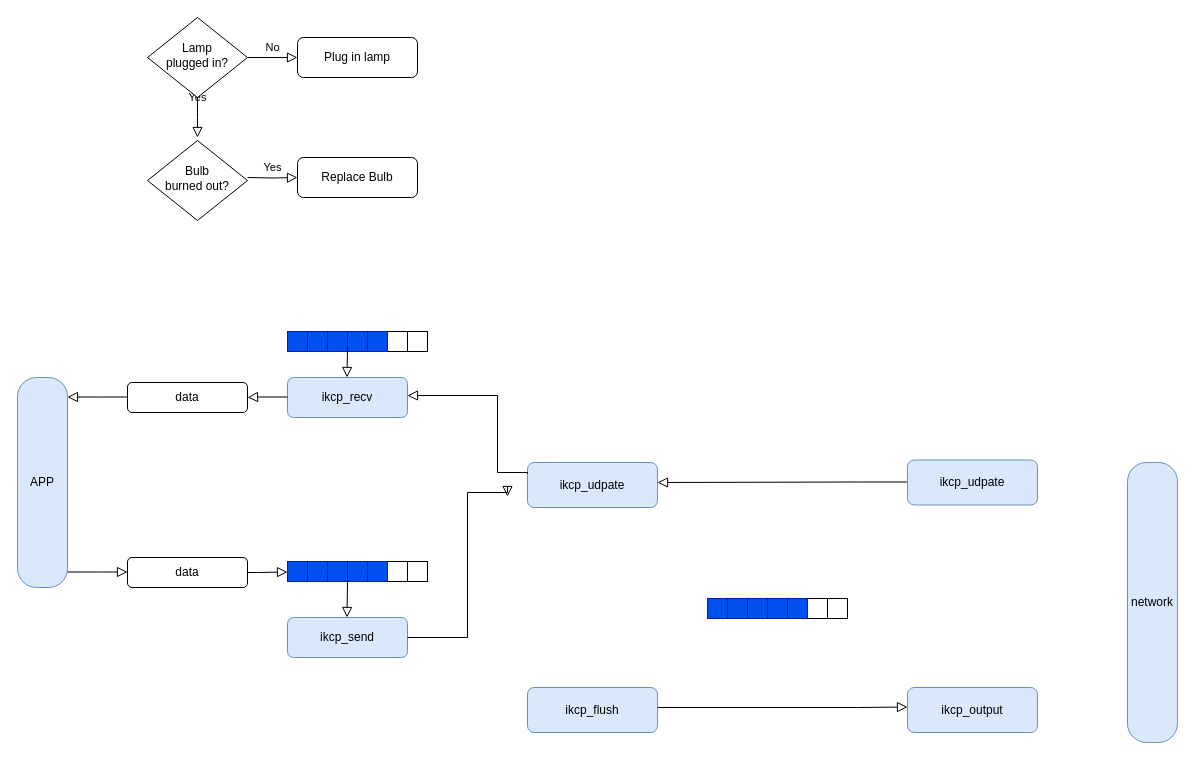
Earlier version of the draw.io diagram Untitled Diagram.drawio (homike/media). Source tidied: cells renumbered, new cells numbered last; positions are measured from the earlier drawing's top-left corner, leaving out a move shared by most shapes. Both pictures are drawn from the tidied source at 100%, with x=0, y=0 at pixel (17, 17).
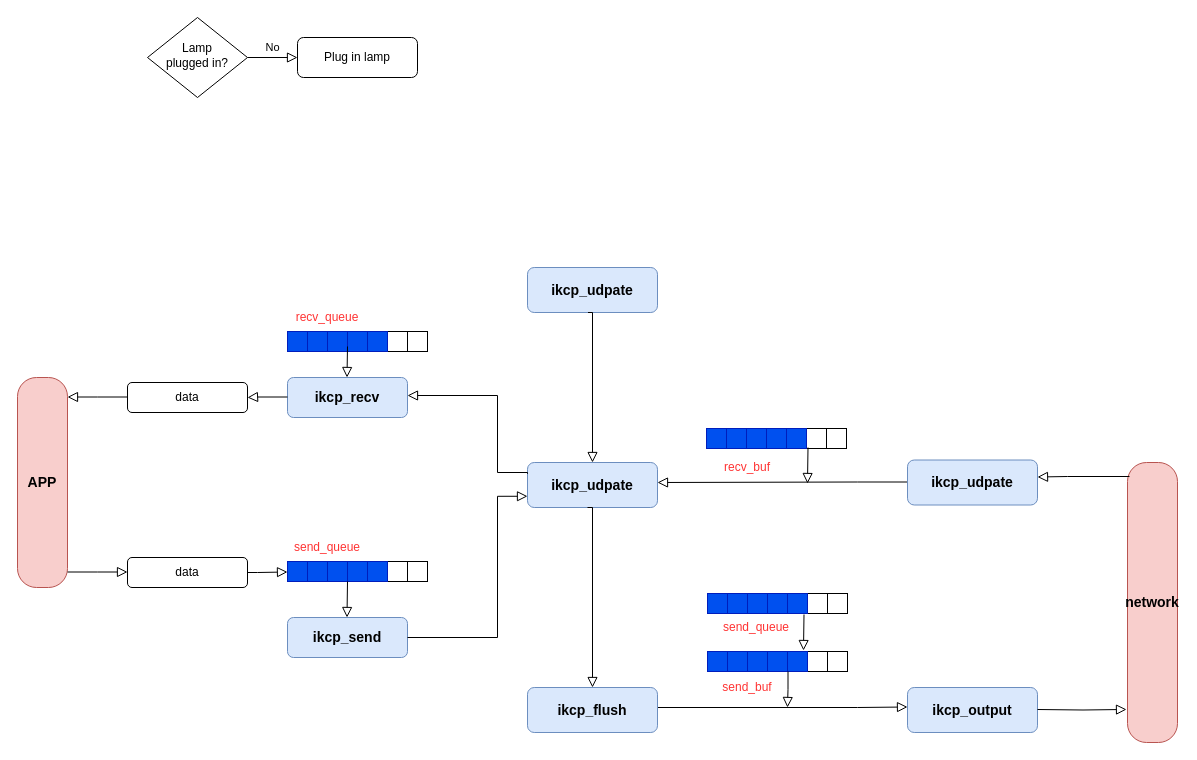
After the change.

Unchanged cells that the change refers to:
```xml
<mxCell id="5" value="Lamp&lt;br&gt;plugged in?" style="rhombus;whiteSpace=wrap;html=1;shadow=0;fontFamily=Helvetica;fontSize=12;align=center;strokeWidth=1;spacing=6;spacingTop=-4;" parent="1" vertex="1">
  <mxGeometry x="130" width="100" height="80" as="geometry" />
</mxCell>
```

Diff of the diagram source:
```diff
@@
-    <mxCell id="2" value="APP&lt;br&gt;" style="rounded=1;whiteSpace=wrap;html=1;fontSize=12;glass=0;strokeWidth=1;shadow=0;fillColor=#dae8fc;strokeColor=#6c8ebf;direction=south;arcSize=38;" parent="1" vertex="1">
+    <mxCell id="2" value="APP&lt;br style=&quot;font-size: 14px;&quot;&gt;" style="rounded=1;whiteSpace=wrap;html=1;fontSize=14;glass=0;strokeWidth=1;shadow=0;fillColor=#f8cecc;strokeColor=#b85450;direction=south;arcSize=38;fontStyle=1;" parent="1" vertex="1">
       <mxGeometry y="360" width="50" height="210" as="geometry" />
     </mxCell>
-    <mxCell id="3" value="Yes" style="rounded=0;html=1;jettySize=auto;fontSize=11;endArrow=block;endFill=0;endSize=8;strokeWidth=1;shadow=0;labelBackgroundColor=none;edgeStyle=orthogonalEdgeStyle;" parent="1" edge="1" source="5">
-      <mxGeometry y="20" relative="1" as="geometry">
-        <mxPoint x="180" y="120" as="targetPoint" />
-      </mxGeometry>
-    </mxCell>
@@
-    <mxCell id="7" value="Yes" style="edgeStyle=orthogonalEdgeStyle;rounded=0;html=1;jettySize=auto;fontSize=11;endArrow=block;endFill=0;endSize=8;strokeWidth=1;shadow=0;labelBackgroundColor=none;" parent="1" edge="1" target="9">
-      <mxGeometry y="10" relative="1" as="geometry">
-        <mxPoint x="230" y="160" as="sourcePoint" />
-      </mxGeometry>
-    </mxCell>
-    <mxCell id="8" value="Bulb&lt;br&gt;burned out?" style="rhombus;whiteSpace=wrap;html=1;shadow=0;fontFamily=Helvetica;fontSize=12;align=center;strokeWidth=1;spacing=6;spacingTop=-4;" parent="1" vertex="1">
-      <mxGeometry x="130" y="123" width="100" height="80" as="geometry" />
-    </mxCell>
-    <mxCell id="9" value="Replace Bulb" style="rounded=1;whiteSpace=wrap;html=1;fontSize=12;glass=0;strokeWidth=1;shadow=0;" parent="1" vertex="1">
-      <mxGeometry x="280" y="140" width="120" height="40" as="geometry" />
-    </mxCell>
@@
-    <mxCell id="14" value="ikcp_recv" style="rounded=1;whiteSpace=wrap;html=1;fontSize=12;glass=0;strokeWidth=1;shadow=0;fillColor=#dae8fc;strokeColor=#6c8ebf;" parent="1" vertex="1">
+    <mxCell id="14" value="ikcp_recv" style="rounded=1;whiteSpace=wrap;html=1;fontSize=14;glass=0;strokeWidth=1;shadow=0;fillColor=#dae8fc;strokeColor=#6c8ebf;fontStyle=1;" parent="1" vertex="1">
       <mxGeometry x="270" y="360" width="120" height="40" as="geometry" />
     </mxCell>
-    <mxCell id="15" value="&lt;span&gt;ikcp_send&lt;br&gt;&lt;/span&gt;" style="rounded=1;whiteSpace=wrap;html=1;fontSize=12;glass=0;strokeWidth=1;shadow=0;fillColor=#dae8fc;strokeColor=#6c8ebf;" parent="1" vertex="1">
+    <mxCell id="15" value="&lt;span style=&quot;font-size: 14px;&quot;&gt;ikcp_send&lt;br style=&quot;font-size: 14px;&quot;&gt;&lt;/span&gt;" style="rounded=1;whiteSpace=wrap;html=1;fontSize=14;glass=0;strokeWidth=1;shadow=0;fillColor=#dae8fc;strokeColor=#6c8ebf;fontStyle=1;" parent="1" vertex="1">
       <mxGeometry x="270" y="600" width="120" height="40" as="geometry" />
     </mxCell>
@@
-    <mxCell id="26" value="ikcp_udpate" style="rounded=1;whiteSpace=wrap;html=1;fontSize=12;glass=0;strokeWidth=1;shadow=0;fillColor=#dae8fc;strokeColor=#6c8ebf;" parent="1" vertex="1">
+    <mxCell id="26" value="ikcp_udpate" style="rounded=1;whiteSpace=wrap;html=1;fontSize=14;glass=0;strokeWidth=1;shadow=0;fillColor=#dae8fc;strokeColor=#6c8ebf;fontStyle=1;" parent="1" vertex="1">
       <mxGeometry x="510" y="445" width="130" height="45" as="geometry" />
     </mxCell>
@@
-    <mxCell id="35" style="rounded=0;html=1;jettySize=auto;fontSize=11;endArrow=block;endFill=0;endSize=8;strokeWidth=1;shadow=0;labelBackgroundColor=none;edgeStyle=orthogonalEdgeStyle;exitX=1;exitY=0.5;exitDx=0;exitDy=0;" parent="1" edge="1" source="15">
+    <mxCell id="35" style="rounded=0;html=1;jettySize=auto;fontSize=11;endArrow=block;endFill=0;endSize=8;strokeWidth=1;shadow=0;labelBackgroundColor=none;edgeStyle=orthogonalEdgeStyle;exitX=1;exitY=0.5;exitDx=0;exitDy=0;entryX=0;entryY=0.75;entryDx=0;entryDy=0;" parent="1" edge="1" source="15" target="26">
       <mxGeometry relative="1" as="geometry">
-        <mxPoint x="490" y="479" as="targetPoint" />
         <Array as="points">
-          <mxPoint x="450" y="620" />
-          <mxPoint x="450" y="475" />
-          <mxPoint x="490" y="475" />
-          <mxPoint x="490" y="479" />
+          <mxPoint x="480" y="620" />
+          <mxPoint x="480" y="479" />
         </Array>
       </mxGeometry>
     </mxCell>
@@
-    <mxCell id="37" value="network" style="rounded=1;whiteSpace=wrap;html=1;fontSize=12;glass=0;strokeWidth=1;shadow=0;fillColor=#dae8fc;strokeColor=#6c8ebf;direction=south;arcSize=38;" parent="1" vertex="1">
+    <mxCell id="37" value="network" style="rounded=1;whiteSpace=wrap;html=1;fontSize=14;glass=0;strokeWidth=1;shadow=0;fillColor=#f8cecc;strokeColor=#b85450;direction=south;arcSize=38;fontStyle=1;" parent="1" vertex="1">
       <mxGeometry x="1110" y="445" width="50" height="280" as="geometry" />
     </mxCell>
@@
-    <mxCell id="40" value="ikcp_flush" style="rounded=1;whiteSpace=wrap;html=1;fontSize=12;glass=0;strokeWidth=1;shadow=0;fillColor=#dae8fc;strokeColor=#6c8ebf;" parent="1" vertex="1">
+    <mxCell id="40" value="ikcp_flush" style="rounded=1;whiteSpace=wrap;html=1;fontSize=14;glass=0;strokeWidth=1;shadow=0;fillColor=#dae8fc;strokeColor=#6c8ebf;fontStyle=1;" parent="1" vertex="1">
       <mxGeometry x="510" y="670" width="130" height="45" as="geometry" />
     </mxCell>
-    <mxCell id="41" value="ikcp_output" style="rounded=1;whiteSpace=wrap;html=1;fontSize=12;glass=0;strokeWidth=1;shadow=0;fillColor=#dae8fc;strokeColor=#6c8ebf;" parent="1" vertex="1">
+    <mxCell id="41" value="ikcp_output" style="rounded=1;whiteSpace=wrap;html=1;fontSize=14;glass=0;strokeWidth=1;shadow=0;fillColor=#dae8fc;strokeColor=#6c8ebf;fontStyle=1;" parent="1" vertex="1">
       <mxGeometry x="890" y="670" width="130" height="45" as="geometry" />
     </mxCell>
-    <mxCell id="42" value="ikcp_udpate" style="rounded=1;whiteSpace=wrap;html=1;fontSize=12;glass=0;strokeWidth=1;shadow=0;fillColor=#dae8fc;strokeColor=#6c8ebf;" parent="1" vertex="1">
+    <mxCell id="42" value="ikcp_udpate" style="rounded=1;whiteSpace=wrap;html=1;fontSize=14;glass=0;strokeWidth=1;shadow=0;fillColor=#dae8fc;strokeColor=#6c8ebf;fontStyle=1;" parent="1" vertex="1">
       <mxGeometry x="890" y="442.5" width="130" height="45" as="geometry" />
     </mxCell>
     <mxCell id="43" style="rounded=0;whiteSpace=wrap;html=1;fillColor=#0050ef;strokeColor=#001DBC;fontColor=#ffffff;" parent="1" vertex="1">
-      <mxGeometry x="690" y="581" width="20" height="20" as="geometry" />
+      <mxGeometry x="690" y="576" width="20" height="20" as="geometry" />
     </mxCell>
     <mxCell id="44" style="rounded=0;whiteSpace=wrap;html=1;fillColor=#0050ef;strokeColor=#001DBC;fontColor=#ffffff;" parent="1" vertex="1">
-      <mxGeometry x="710" y="581" width="20" height="20" as="geometry" />
+      <mxGeometry x="710" y="576" width="20" height="20" as="geometry" />
     </mxCell>
     <mxCell id="45" style="rounded=0;whiteSpace=wrap;html=1;fillColor=#0050ef;strokeColor=#001DBC;fontColor=#ffffff;" parent="1" vertex="1">
-      <mxGeometry x="730" y="581" width="20" height="20" as="geometry" />
+      <mxGeometry x="730" y="576" width="20" height="20" as="geometry" />
     </mxCell>
     <mxCell id="46" style="rounded=0;whiteSpace=wrap;html=1;" parent="1" vertex="1">
-      <mxGeometry x="810" y="581" width="20" height="20" as="geometry" />
+      <mxGeometry x="810" y="576" width="20" height="20" as="geometry" />
     </mxCell>
     <mxCell id="47" style="rounded=0;whiteSpace=wrap;html=1;" parent="1" vertex="1">
-      <mxGeometry x="790" y="581" width="20" height="20" as="geometry" />
+      <mxGeometry x="790" y="576" width="20" height="20" as="geometry" />
     </mxCell>
     <mxCell id="48" style="rounded=0;whiteSpace=wrap;html=1;fillColor=#0050ef;strokeColor=#001DBC;fontColor=#ffffff;" parent="1" vertex="1">
-      <mxGeometry x="750" y="581" width="20" height="20" as="geometry" />
+      <mxGeometry x="750" y="576" width="20" height="20" as="geometry" />
     </mxCell>
     <mxCell id="49" style="rounded=0;whiteSpace=wrap;html=1;fillColor=#0050ef;strokeColor=#001DBC;fontColor=#ffffff;" parent="1" vertex="1">
-      <mxGeometry x="770" y="581" width="20" height="20" as="geometry" />
+      <mxGeometry x="770" y="576" width="20" height="20" as="geometry" />
     </mxCell>
+    <mxCell id="50" style="rounded=0;whiteSpace=wrap;html=1;fillColor=#0050ef;strokeColor=#001DBC;fontColor=#ffffff;" parent="1" vertex="1">
+      <mxGeometry x="690" y="634" width="20" height="20" as="geometry" />
+    </mxCell>
+    <mxCell id="51" style="rounded=0;whiteSpace=wrap;html=1;fillColor=#0050ef;strokeColor=#001DBC;fontColor=#ffffff;" parent="1" vertex="1">
+      <mxGeometry x="710" y="634" width="20" height="20" as="geometry" />
+    </mxCell>
+    <mxCell id="52" style="rounded=0;whiteSpace=wrap;html=1;fillColor=#0050ef;strokeColor=#001DBC;fontColor=#ffffff;" parent="1" vertex="1">
+      <mxGeometry x="730" y="634" width="20" height="20" as="geometry" />
+    </mxCell>
+    <mxCell id="53" style="rounded=0;whiteSpace=wrap;html=1;" parent="1" vertex="1">
+      <mxGeometry x="810" y="634" width="20" height="20" as="geometry" />
+    </mxCell>
+    <mxCell id="54" style="rounded=0;whiteSpace=wrap;html=1;" parent="1" vertex="1">
+      <mxGeometry x="790" y="634" width="20" height="20" as="geometry" />
+    </mxCell>
+    <mxCell id="55" style="rounded=0;whiteSpace=wrap;html=1;fillColor=#0050ef;strokeColor=#001DBC;fontColor=#ffffff;" parent="1" vertex="1">
+      <mxGeometry x="750" y="634" width="20" height="20" as="geometry" />
+    </mxCell>
+    <mxCell id="56" style="rounded=0;whiteSpace=wrap;html=1;fillColor=#0050ef;strokeColor=#001DBC;fontColor=#ffffff;" parent="1" vertex="1">
+      <mxGeometry x="770" y="634" width="20" height="20" as="geometry" />
+    </mxCell>
+    <mxCell id="57" style="rounded=0;html=1;jettySize=auto;fontSize=11;endArrow=block;endFill=0;endSize=8;strokeWidth=1;shadow=0;labelBackgroundColor=none;edgeStyle=orthogonalEdgeStyle;" parent="1" edge="1" target="40">
+      <mxGeometry y="20" relative="1" as="geometry">
+        <mxPoint x="570" y="490" as="sourcePoint" />
+        <Array as="points">
+          <mxPoint x="575" y="490" />
+        </Array>
+      </mxGeometry>
+    </mxCell>
+    <mxCell id="58" value="ikcp_udpate" style="rounded=1;whiteSpace=wrap;html=1;fontSize=14;glass=0;strokeWidth=1;shadow=0;fillColor=#dae8fc;strokeColor=#6c8ebf;fontStyle=1;" parent="1" vertex="1">
+      <mxGeometry x="510" y="250" width="130" height="45" as="geometry" />
+    </mxCell>
+    <mxCell id="59" style="rounded=0;html=1;jettySize=auto;fontSize=11;endArrow=block;endFill=0;endSize=8;strokeWidth=1;shadow=0;labelBackgroundColor=none;edgeStyle=orthogonalEdgeStyle;exitX=1;exitY=1;exitDx=0;exitDy=0;" parent="1" edge="1" target="26">
+      <mxGeometry y="20" relative="1" as="geometry">
+        <mxPoint x="570.5" y="295" as="sourcePoint" />
+        <Array as="points">
+          <mxPoint x="575" y="295" />
+        </Array>
+      </mxGeometry>
+    </mxCell>
+    <mxCell id="60" style="rounded=0;html=1;jettySize=auto;orthogonalLoop=1;fontSize=11;endArrow=block;endFill=0;endSize=8;strokeWidth=1;shadow=0;labelBackgroundColor=none;edgeStyle=orthogonalEdgeStyle;exitX=1;exitY=1;exitDx=0;exitDy=0;" parent="1" edge="1">
+      <mxGeometry y="20" relative="1" as="geometry">
+        <mxPoint x="786.5" y="597" as="sourcePoint" />
+        <mxPoint x="786" y="633" as="targetPoint" />
+      </mxGeometry>
+    </mxCell>
+    <mxCell id="61" style="rounded=0;html=1;jettySize=auto;orthogonalLoop=1;fontSize=11;endArrow=block;endFill=0;endSize=8;strokeWidth=1;shadow=0;labelBackgroundColor=none;edgeStyle=orthogonalEdgeStyle;exitX=1;exitY=1;exitDx=0;exitDy=0;" parent="1" edge="1">
+      <mxGeometry y="20" relative="1" as="geometry">
+        <mxPoint x="770.5" y="654" as="sourcePoint" />
+        <mxPoint x="770" y="690" as="targetPoint" />
+        <Array as="points">
+          <mxPoint x="771" y="672" />
+        </Array>
+      </mxGeometry>
+    </mxCell>
+    <mxCell id="62" style="rounded=0;whiteSpace=wrap;html=1;fillColor=#0050ef;strokeColor=#001DBC;fontColor=#ffffff;" parent="1" vertex="1">
+      <mxGeometry x="689" y="411" width="20" height="20" as="geometry" />
+    </mxCell>
+    <mxCell id="63" style="rounded=0;whiteSpace=wrap;html=1;fillColor=#0050ef;strokeColor=#001DBC;fontColor=#ffffff;" parent="1" vertex="1">
+      <mxGeometry x="709" y="411" width="20" height="20" as="geometry" />
+    </mxCell>
+    <mxCell id="64" style="rounded=0;whiteSpace=wrap;html=1;fillColor=#0050ef;strokeColor=#001DBC;fontColor=#ffffff;" parent="1" vertex="1">
+      <mxGeometry x="729" y="411" width="20" height="20" as="geometry" />
+    </mxCell>
+    <mxCell id="65" style="rounded=0;whiteSpace=wrap;html=1;" parent="1" vertex="1">
+      <mxGeometry x="809" y="411" width="20" height="20" as="geometry" />
+    </mxCell>
+    <mxCell id="66" style="rounded=0;whiteSpace=wrap;html=1;" parent="1" vertex="1">
+      <mxGeometry x="789" y="411" width="20" height="20" as="geometry" />
+    </mxCell>
+    <mxCell id="67" style="rounded=0;whiteSpace=wrap;html=1;fillColor=#0050ef;strokeColor=#001DBC;fontColor=#ffffff;" parent="1" vertex="1">
+      <mxGeometry x="749" y="411" width="20" height="20" as="geometry" />
+    </mxCell>
+    <mxCell id="68" style="rounded=0;whiteSpace=wrap;html=1;fillColor=#0050ef;strokeColor=#001DBC;fontColor=#ffffff;" parent="1" vertex="1">
+      <mxGeometry x="769" y="411" width="20" height="20" as="geometry" />
+    </mxCell>
+    <mxCell id="69" style="rounded=0;html=1;jettySize=auto;orthogonalLoop=1;fontSize=11;endArrow=block;endFill=0;endSize=8;strokeWidth=1;shadow=0;labelBackgroundColor=none;edgeStyle=orthogonalEdgeStyle;exitX=1;exitY=1;exitDx=0;exitDy=0;" parent="1" edge="1">
+      <mxGeometry y="20" relative="1" as="geometry">
+        <mxPoint x="790.5" y="430" as="sourcePoint" />
+        <mxPoint x="790" y="466" as="targetPoint" />
+      </mxGeometry>
+    </mxCell>
+    <mxCell id="70" value="recv_buf" style="text;html=1;strokeColor=none;fillColor=none;align=center;verticalAlign=middle;whiteSpace=wrap;rounded=0;fontColor=#FF3333;" parent="1" vertex="1">
+      <mxGeometry x="710" y="439.5" width="40" height="20" as="geometry" />
+    </mxCell>
+    <mxCell id="71" value="send_buf" style="text;html=1;strokeColor=none;fillColor=none;align=center;verticalAlign=middle;whiteSpace=wrap;rounded=0;fontColor=#FF3333;" parent="1" vertex="1">
+      <mxGeometry x="710" y="660" width="40" height="20" as="geometry" />
+    </mxCell>
+    <mxCell id="72" value="send_queue" style="text;html=1;strokeColor=none;fillColor=none;align=center;verticalAlign=middle;whiteSpace=wrap;rounded=0;fontColor=#FF3333;" parent="1" vertex="1">
+      <mxGeometry x="719" y="600" width="40" height="20" as="geometry" />
+    </mxCell>
+    <mxCell id="73" style="rounded=0;html=1;jettySize=auto;fontSize=11;endArrow=block;endFill=0;endSize=8;strokeWidth=1;shadow=0;labelBackgroundColor=none;edgeStyle=orthogonalEdgeStyle;exitX=0.05;exitY=0.96;exitDx=0;exitDy=0;exitPerimeter=0;" parent="1" edge="1" source="37">
+      <mxGeometry relative="1" as="geometry">
+        <mxPoint x="1020" y="459.5" as="targetPoint" />
+        <Array as="points">
+          <mxPoint x="1050" y="459" />
+        </Array>
+      </mxGeometry>
+    </mxCell>
+    <mxCell id="74" style="rounded=0;html=1;jettySize=auto;fontSize=11;endArrow=block;endFill=0;endSize=8;strokeWidth=1;shadow=0;labelBackgroundColor=none;edgeStyle=orthogonalEdgeStyle;exitX=0.067;exitY=0;exitDx=0;exitDy=0;exitPerimeter=0;entryX=0.882;entryY=1.02;entryDx=0;entryDy=0;entryPerimeter=0;" parent="1" edge="1" target="37">
+      <mxGeometry relative="1" as="geometry">
+        <mxPoint x="1020" y="692" as="sourcePoint" />
+      </mxGeometry>
+    </mxCell>
+    <mxCell id="75" value="recv_queue" style="text;html=1;strokeColor=none;fillColor=none;align=center;verticalAlign=middle;whiteSpace=wrap;rounded=0;fontColor=#FF3333;" parent="1" vertex="1">
+      <mxGeometry x="290" y="290" width="40" height="20" as="geometry" />
+    </mxCell>
+    <mxCell id="76" value="send_queue" style="text;html=1;strokeColor=none;fillColor=none;align=center;verticalAlign=middle;whiteSpace=wrap;rounded=0;fontColor=#FF3333;" parent="1" vertex="1">
+      <mxGeometry x="290" y="520" width="40" height="20" as="geometry" />
+    </mxCell>
```
